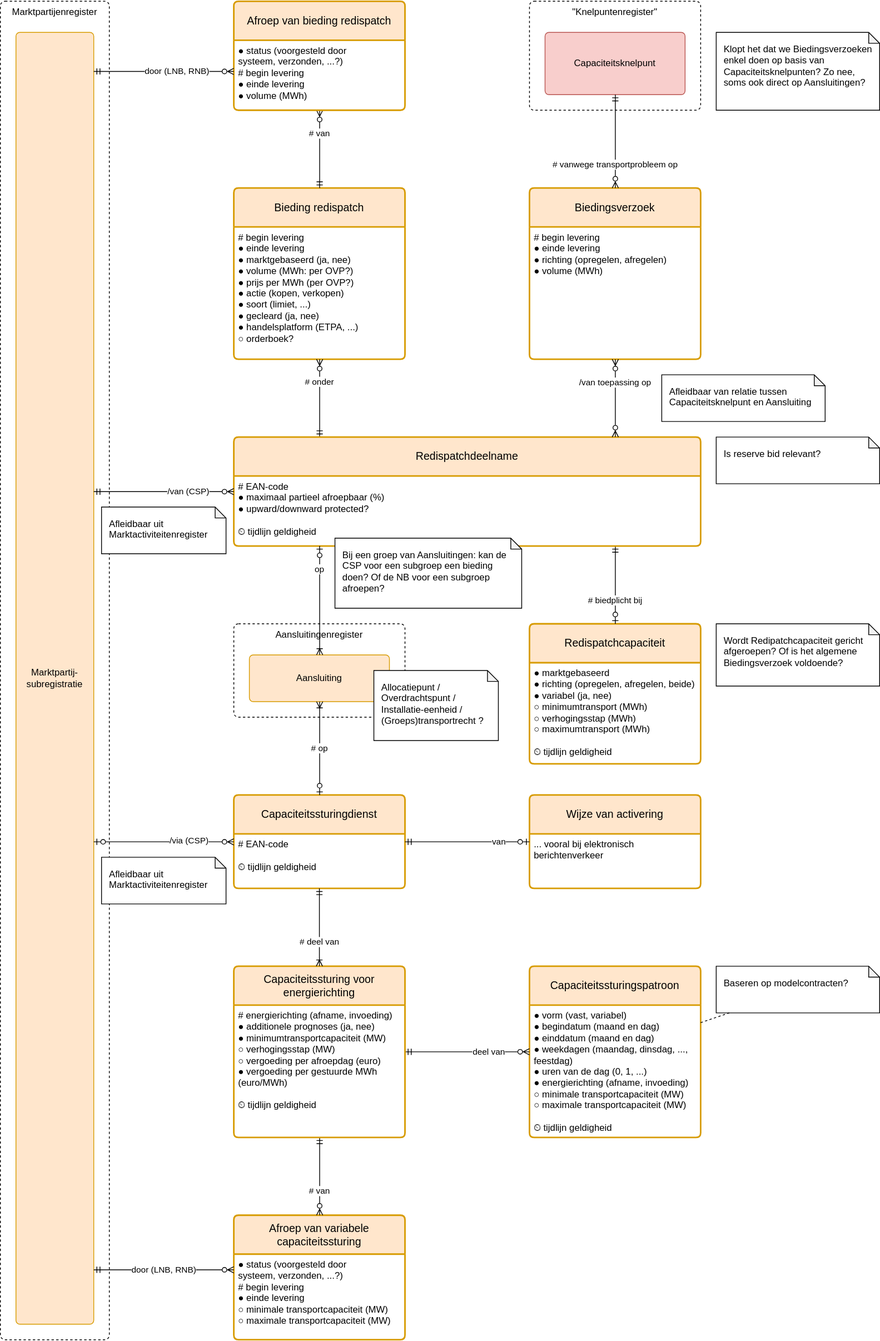
Netbeheer-Nederland/stelsel keeps this draw.io diagram as registers/congestiebeheersdienstenregister/1.0/congestiebeheersdienstenregister.drawio.svg. Above is the earlier version. Source tidied: cells renumbered, new cells last; positions are measured from the earlier drawing's top-left corner, leaving out a move shared by most shapes.
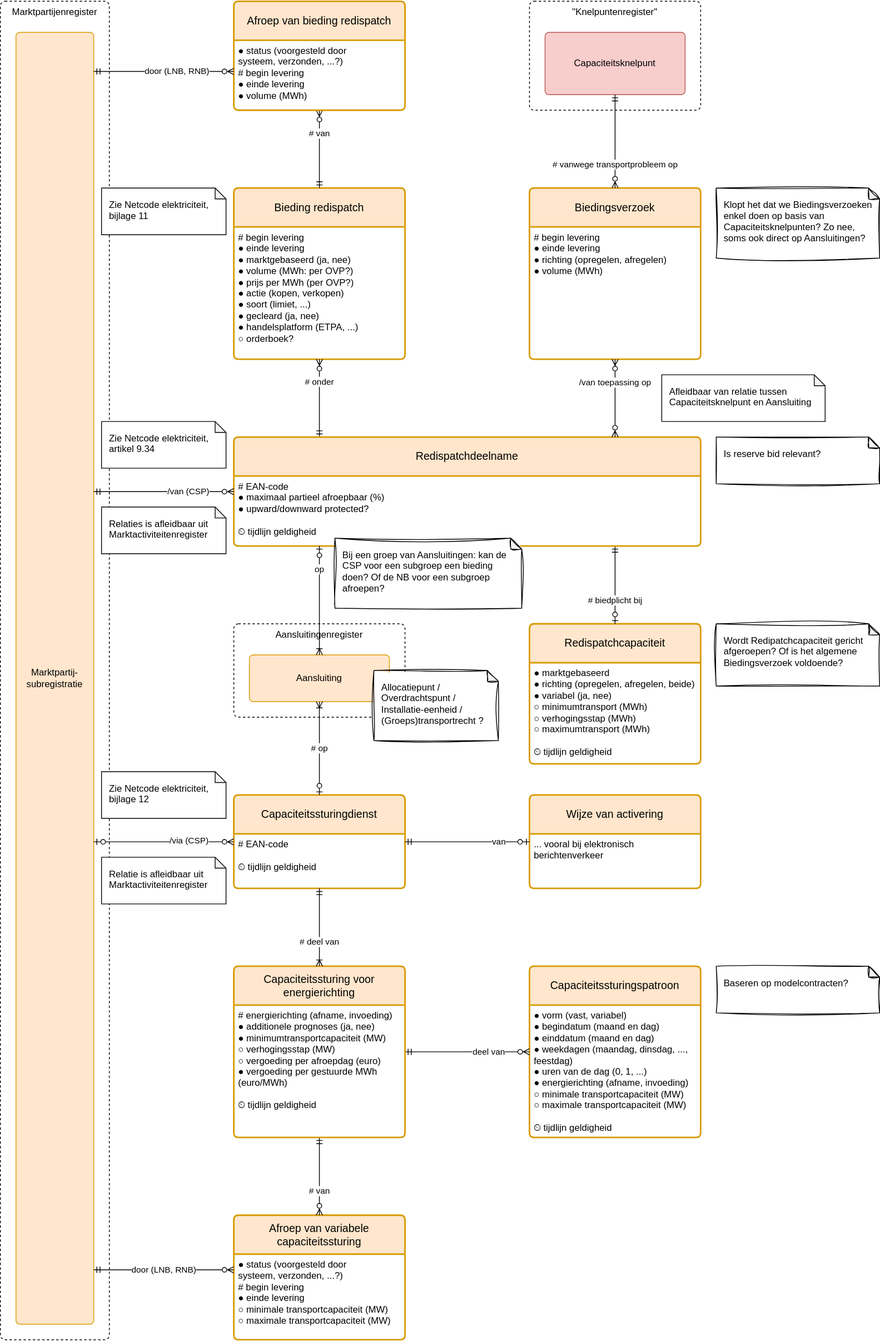
The same file after the commit.

Diff of the diagram source:
```diff
@@ -135,35 +135,41 @@
     <mxCell id="42" value="/van toepassing op" style="endArrow=ERzeroToMany;html=1;rounded=0;fontFamily=Helvetica;fontSize=11;startSize=6;endSize=6;sourcePerimeterSpacing=0;targetPerimeterSpacing=0;endFill=0;startArrow=ERzeroToMany;startFill=0;edgeStyle=elbowEdgeStyle;align=center;" parent="1" edge="1" source="28" target="15">
       <mxGeometry x="-0.4" relative="1" as="geometry" />
     </mxCell>
-    <mxCell id="43" value="Wordt Redipatchcapaciteit gericht afgeroepen? Of is het algemene Biedingsverzoek voldoende?" style="shape=note;whiteSpace=wrap;html=1;backgroundOutline=1;darkOpacity=0.05;size=14;align=left;verticalAlign=top;spacing=10;" parent="1" vertex="1">
+    <mxCell id="43" value="Wordt Redipatchcapaciteit gericht afgeroepen? Of is het algemene Biedingsverzoek voldoende?" style="shape=note;whiteSpace=wrap;html=1;backgroundOutline=1;darkOpacity=0.05;size=14;align=left;verticalAlign=top;spacing=10;sketch=1;curveFitting=1;jiggle=2;" parent="1" vertex="1">
       <mxGeometry x="920" y="800" width="210" height="80" as="geometry" />
     </mxCell>
-    <mxCell id="44" value="Allocatiepunt / Overdrachtspunt / Installatie-eenheid / (Groeps)transportrecht ?" style="shape=note;whiteSpace=wrap;html=1;backgroundOutline=1;darkOpacity=0.05;size=14;align=left;verticalAlign=top;spacing=10;" parent="1" vertex="1">
+    <mxCell id="44" value="Allocatiepunt / Overdrachtspunt / Installatie-eenheid / (Groeps)transportrecht ?" style="shape=note;whiteSpace=wrap;html=1;backgroundOutline=1;darkOpacity=0.05;size=14;align=left;verticalAlign=top;spacing=10;sketch=1;curveFitting=1;jiggle=2;" parent="1" vertex="1">
       <mxGeometry x="480" y="860" width="160" height="90" as="geometry" />
     </mxCell>
     <mxCell id="45" value="Afleidbaar van relatie tussen Capaciteitsknelpunt en Aansluiting" style="shape=note;whiteSpace=wrap;html=1;backgroundOutline=1;darkOpacity=0.05;size=14;align=left;verticalAlign=top;spacing=10;" parent="1" vertex="1">
       <mxGeometry x="850" y="480" width="210" height="60" as="geometry" />
     </mxCell>
-    <mxCell id="46" value="&lt;font&gt;&lt;span style=&quot;background-color: transparent;&quot;&gt;Baseren op modelcontracten?&lt;/span&gt;&lt;/font&gt;" style="shape=note;whiteSpace=wrap;html=1;backgroundOutline=1;darkOpacity=0.05;size=14;align=left;verticalAlign=top;spacing=10;fontColor=default;" parent="1" vertex="1">
+    <mxCell id="46" value="&lt;font&gt;&lt;span style=&quot;background-color: transparent;&quot;&gt;Baseren op modelcontracten?&lt;/span&gt;&lt;/font&gt;" style="shape=note;whiteSpace=wrap;html=1;backgroundOutline=1;darkOpacity=0.05;size=14;align=left;verticalAlign=top;spacing=10;fontColor=default;sketch=1;curveFitting=1;jiggle=2;" parent="1" vertex="1">
       <mxGeometry x="920" y="1240" width="210" height="60" as="geometry" />
     </mxCell>
-    <mxCell id="47" style="endArrow=none;dashed=1;html=1;" parent="1" edge="1" source="17" target="46">
-      <mxGeometry relative="1" as="geometry" />
-    </mxCell>
-    <mxCell id="48" value="Klopt het dat we Biedingsverzoeken enkel doen op basis van Capaciteitsknelpunten? Zo nee, soms ook direct op Aansluitingen?" style="shape=note;whiteSpace=wrap;html=1;backgroundOutline=1;darkOpacity=0.05;size=14;align=left;verticalAlign=top;spacing=10;" parent="1" vertex="1">
-      <mxGeometry x="920" y="40" width="210" height="100" as="geometry" />
+    <mxCell id="48" value="Klopt het dat we Biedingsverzoeken enkel doen op basis van Capaciteitsknelpunten? Zo nee, soms ook direct op Aansluitingen?" style="shape=note;whiteSpace=wrap;html=1;backgroundOutline=1;darkOpacity=0.05;size=14;align=left;verticalAlign=top;spacing=10;sketch=1;curveFitting=1;jiggle=2;" parent="1" vertex="1">
+      <mxGeometry x="920" y="240" width="210" height="90" as="geometry" />
     </mxCell>
-    <mxCell id="49" value="Bij een groep van Aansluitingen: kan de CSP voor een subgroep een bieding doen? Of de NB voor een subgroep afroepen?" style="shape=note;whiteSpace=wrap;html=1;backgroundOutline=1;darkOpacity=0.05;size=14;align=left;verticalAlign=top;spacing=10;" parent="1" vertex="1">
+    <mxCell id="49" value="Bij een groep van Aansluitingen: kan de CSP voor een subgroep een bieding doen? Of de NB voor een subgroep afroepen?" style="shape=note;whiteSpace=wrap;html=1;backgroundOutline=1;darkOpacity=0.05;size=14;align=left;verticalAlign=top;spacing=10;sketch=1;curveFitting=1;jiggle=2;" parent="1" vertex="1">
       <mxGeometry x="430" y="690" width="240" height="90" as="geometry" />
     </mxCell>
-    <mxCell id="50" value="Is &lt;a href=&quot;https://eepublicdownloads.entsoe.eu/clean-documents/EDI/Library/cim_based/schema/Reserve_bid_document_UML_model_and_schema_v1.2.pdf&quot;&gt;reserve bid&lt;/a&gt; relevant?" style="shape=note;whiteSpace=wrap;html=1;backgroundOutline=1;darkOpacity=0.05;size=14;align=left;verticalAlign=top;spacing=10;" parent="1" vertex="1">
+    <mxCell id="50" value="Is &lt;a href=&quot;https://eepublicdownloads.entsoe.eu/clean-documents/EDI/Library/cim_based/schema/Reserve_bid_document_UML_model_and_schema_v1.2.pdf&quot;&gt;reserve bid&lt;/a&gt; relevant?" style="shape=note;whiteSpace=wrap;html=1;backgroundOutline=1;darkOpacity=0.05;size=14;align=left;verticalAlign=top;spacing=10;sketch=1;curveFitting=1;jiggle=2;" parent="1" vertex="1">
       <mxGeometry x="920" y="560" width="210" height="60" as="geometry" />
     </mxCell>
-    <mxCell id="51" value="Afleidbaar uit Marktactiviteitenregister" style="shape=note;whiteSpace=wrap;html=1;backgroundOutline=1;darkOpacity=0.05;size=14;align=left;verticalAlign=top;spacing=10;" parent="1" vertex="1">
+    <mxCell id="51" value="Relaties is afleidbaar uit Marktactiviteitenregister" style="shape=note;whiteSpace=wrap;html=1;backgroundOutline=1;darkOpacity=0.05;size=14;align=left;verticalAlign=top;spacing=10;" parent="1" vertex="1">
       <mxGeometry x="130" y="650" width="160" height="60" as="geometry" />
     </mxCell>
-    <mxCell id="52" value="Afleidbaar uit Marktactiviteitenregister" style="shape=note;whiteSpace=wrap;html=1;backgroundOutline=1;darkOpacity=0.05;size=14;align=left;verticalAlign=top;spacing=10;" parent="1" vertex="1">
+    <mxCell id="52" value="Relatie is afleidbaar uit Marktactiviteitenregister" style="shape=note;whiteSpace=wrap;html=1;backgroundOutline=1;darkOpacity=0.05;size=14;align=left;verticalAlign=top;spacing=10;" parent="1" vertex="1">
       <mxGeometry x="130" y="1100" width="160" height="60" as="geometry" />
     </mxCell>
+    <mxCell id="53" value="Zie Netcode elektriciteit, bijlage 11" style="shape=note;whiteSpace=wrap;html=1;backgroundOutline=1;darkOpacity=0.05;size=14;align=left;verticalAlign=top;spacing=10;" parent="1" vertex="1">
+      <mxGeometry x="130" y="240" width="160" height="60" as="geometry" />
+    </mxCell>
+    <mxCell id="54" value="Zie Netcode elektriciteit, bijlage 12" style="shape=note;whiteSpace=wrap;html=1;backgroundOutline=1;darkOpacity=0.05;size=14;align=left;verticalAlign=top;spacing=10;" parent="1" vertex="1">
+      <mxGeometry x="130" y="990" width="160" height="60" as="geometry" />
+    </mxCell>
+    <mxCell id="55" value="Zie Netcode elektriciteit, artikel 9.34" style="shape=note;whiteSpace=wrap;html=1;backgroundOutline=1;darkOpacity=0.05;size=14;align=left;verticalAlign=top;spacing=10;" parent="1" vertex="1">
+      <mxGeometry x="130" y="540" width="160" height="60" as="geometry" />
+    </mxCell>
   </root>
 </mxGraphModel>
```
